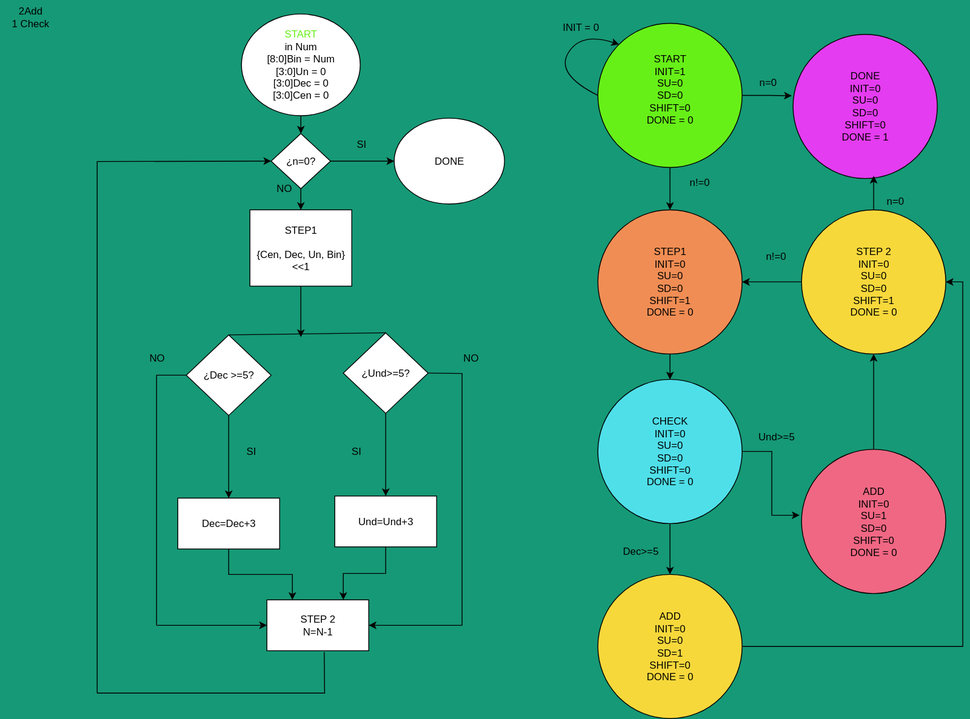
safehehe/PTSD1 keeps this draw.io diagram as design/rtl/raw_implementation/BCD_ASM/diagrams/diagrams.svg. Above is the earlier version. Source tidied: cells renumbered, new cells last; positions are measured from the earlier drawing's top-left corner, leaving out a move shared by most shapes.
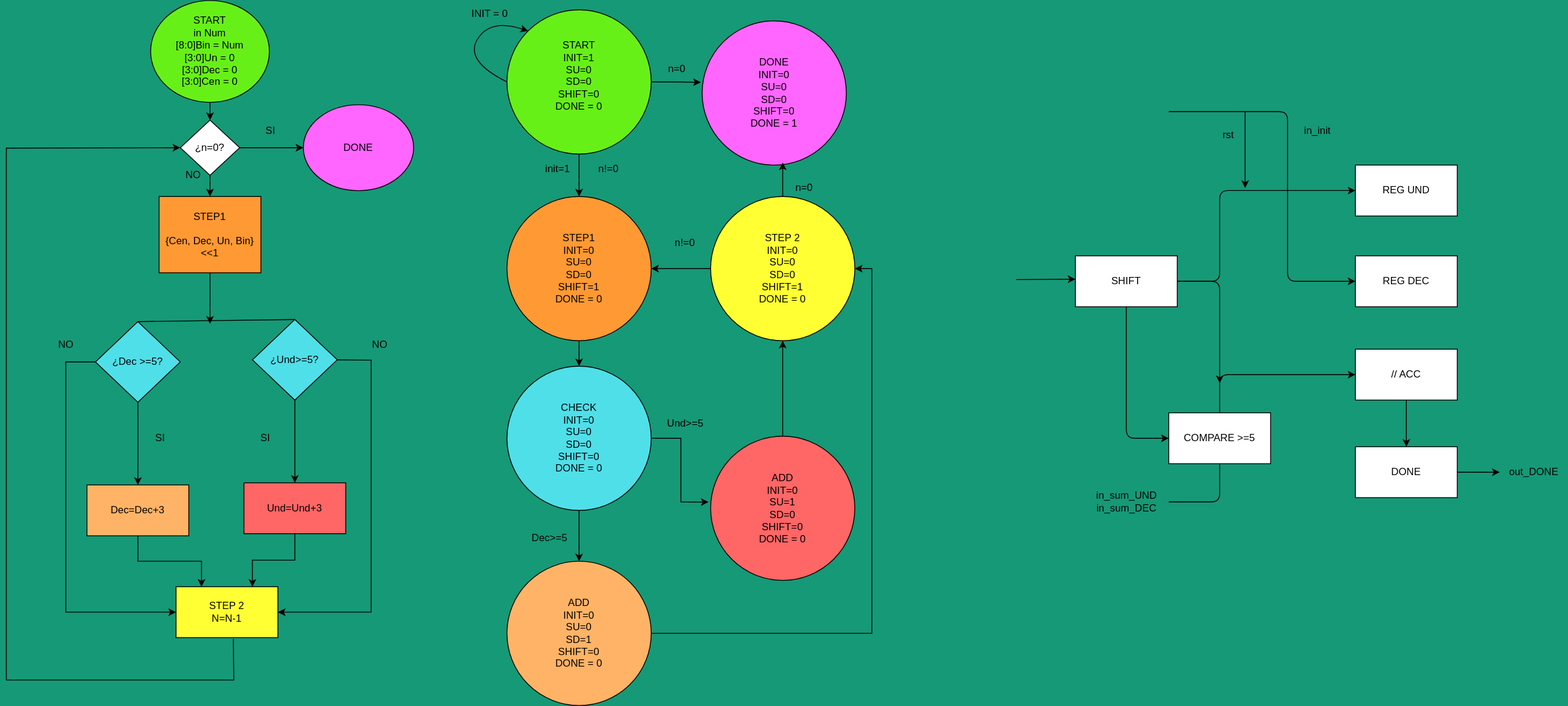
The same file after the commit.

Commit message:
Camino de datos BCD

Change to the diagram source:
```diff
@@ -5,7 +5,7 @@
     <mxCell id="2" style="edgeStyle=orthogonalEdgeStyle;rounded=0;jettySize=auto;html=1;" parent="1" edge="1" source="3" target="20">
       <mxGeometry relative="1" as="geometry" />
     </mxCell>
-    <mxCell id="3" value="&lt;font color=&quot;#67f018&quot;&gt;START&lt;br&gt;&lt;/font&gt;in Num&lt;br&gt;[8:0]Bin = Num&lt;br&gt;[3:0]Un = 0&lt;br&gt;[3:0]Dec = 0&lt;br&gt;[3:0]Cen = 0" style="ellipse;whiteSpace=wrap;html=1;" parent="1" vertex="1">
+    <mxCell id="3" value="&lt;font&gt;&lt;font color=&quot;#000000&quot;&gt;START&lt;/font&gt;&lt;br&gt;&lt;/font&gt;in Num&lt;br&gt;[8:0]Bin = Num&lt;br&gt;[3:0]Un = 0&lt;br&gt;[3:0]Dec = 0&lt;br&gt;[3:0]Cen = 0" style="ellipse;whiteSpace=wrap;html=1;fillColor=#67F018;" parent="1" vertex="1">
       <mxGeometry x="284" y="16" width="140" height="120" as="geometry" />
     </mxCell>
     <mxCell id="4" style="edgeStyle=none;html=1;" parent="1" edge="1" source="5">
@@ -13,7 +13,7 @@
         <mxPoint x="354" y="397" as="targetPoint" />
       </mxGeometry>
     </mxCell>
-    <mxCell id="5" value="&lt;font style=&quot;color: light-dark(rgb(0, 0, 0), rgb(102, 102, 255));&quot;&gt;STEP1&lt;/font&gt;&lt;div&gt;&lt;font&gt;&lt;br&gt;{Cen, Dec, Un, Bin}&amp;lt;&amp;lt;1&lt;/font&gt;&lt;/div&gt;" style="rounded=0;whiteSpace=wrap;html=1;" parent="1" vertex="1">
+    <mxCell id="5" value="&lt;font style=&quot;color: light-dark(rgb(0, 0, 0), rgb(102, 102, 255));&quot;&gt;STEP1&lt;/font&gt;&lt;div&gt;&lt;font&gt;&lt;br&gt;{Cen, Dec, Un, Bin}&amp;lt;&amp;lt;1&lt;/font&gt;&lt;/div&gt;" style="rounded=0;whiteSpace=wrap;html=1;fillColor=#FF9933;" parent="1" vertex="1">
       <mxGeometry x="294" y="247" width="120" height="90" as="geometry" />
     </mxCell>
     <mxCell id="6" style="edgeStyle=none;html=1;entryX=0.5;entryY=0;entryDx=0;entryDy=0;fontColor=#000000;" parent="1" edge="1" source="7" target="9">
@@ -25,7 +25,7 @@
     <mxCell id="8" style="edgeStyle=none;html=1;entryX=0.5;entryY=0;entryDx=0;entryDy=0;fontColor=#000000;" parent="1" edge="1" source="9" target="11">
       <mxGeometry relative="1" as="geometry" />
     </mxCell>
-    <mxCell id="9" value="STEP1&lt;br&gt;&lt;div&gt;INIT=0&lt;/div&gt;&lt;div&gt;&lt;div&gt;SU=0&lt;/div&gt;&lt;div&gt;SD=0&lt;/div&gt;&lt;/div&gt;&lt;div&gt;SHIFT=1&lt;/div&gt;&lt;div&gt;DONE = 0&lt;/div&gt;" style="ellipse;whiteSpace=wrap;html=1;fillColor=light-dark(#F08D54,#6666FF);strokeColor=#000000;fillStyle=auto;labelBackgroundColor=none;fontColor=#000000;" parent="1" vertex="1">
+    <mxCell id="9" value="STEP1&lt;br&gt;&lt;div&gt;INIT=0&lt;/div&gt;&lt;div&gt;&lt;div&gt;SU=0&lt;/div&gt;&lt;div&gt;SD=0&lt;/div&gt;&lt;/div&gt;&lt;div&gt;SHIFT=1&lt;/div&gt;&lt;div&gt;DONE = 0&lt;/div&gt;" style="ellipse;whiteSpace=wrap;html=1;fillColor=#FF9933;strokeColor=#000000;fillStyle=auto;labelBackgroundColor=none;fontColor=#000000;" parent="1" vertex="1">
       <mxGeometry x="704" y="247" width="170" height="170" as="geometry" />
     </mxCell>
     <mxCell id="10" style="edgeStyle=orthogonalEdgeStyle;rounded=0;jettySize=auto;html=1;entryX=0.5;entryY=0;entryDx=0;entryDy=0;" parent="1" edge="1" source="11" target="14">
@@ -42,7 +42,7 @@
     <mxCell id="13" style="edgeStyle=orthogonalEdgeStyle;rounded=0;jettySize=auto;html=1;entryX=1;entryY=0.5;entryDx=0;entryDy=0;" parent="1" edge="1" source="14" target="49">
       <mxGeometry relative="1" as="geometry" />
     </mxCell>
-    <mxCell id="14" value="&lt;div&gt;ADD&lt;/div&gt;&lt;div&gt;INIT=0&lt;/div&gt;&lt;div&gt;&lt;div&gt;SU=0&lt;/div&gt;&lt;div&gt;SD=1&lt;/div&gt;&lt;/div&gt;&lt;div&gt;SHIFT=0&lt;/div&gt;&lt;div&gt;DONE = 0&lt;/div&gt;" style="ellipse;whiteSpace=wrap;html=1;fillColor=light-dark(#F7D83B,#33FF99);strokeColor=#000000;fillStyle=auto;labelBackgroundColor=none;fontColor=#000000;" parent="1" vertex="1">
+    <mxCell id="14" value="&lt;div&gt;ADD&lt;/div&gt;&lt;div&gt;INIT=0&lt;/div&gt;&lt;div&gt;&lt;div&gt;SU=0&lt;/div&gt;&lt;div&gt;SD=1&lt;/div&gt;&lt;/div&gt;&lt;div&gt;SHIFT=0&lt;/div&gt;&lt;div&gt;DONE = 0&lt;/div&gt;" style="ellipse;whiteSpace=wrap;html=1;fillColor=#FFB366;strokeColor=#000000;fillStyle=auto;labelBackgroundColor=none;fontColor=#000000;" parent="1" vertex="1">
       <mxGeometry x="704" y="677" width="170" height="170" as="geometry" />
     </mxCell>
     <mxCell id="15" style="curved=1;endArrow=classic;html=1;fontColor=#000000;exitX=0;exitY=0.5;exitDx=0;exitDy=0;entryX=0;entryY=0;entryDx=0;entryDy=0;" parent="1" edge="1" source="7" target="7">
@@ -71,19 +71,19 @@
     <mxCell id="21" value="NO" style="text;html=1;align=center;verticalAlign=middle;strokeColor=none;fillColor=none;" parent="1" vertex="1">
       <mxGeometry x="314" y="207" width="40" height="30" as="geometry" />
     </mxCell>
-    <mxCell id="22" value="&lt;font style=&quot;color: light-dark(rgb(0, 0, 0), rgb(153, 51, 255));&quot;&gt;DONE&lt;/font&gt;" style="ellipse;whiteSpace=wrap;html=1;strokeColor=light-dark(#000000,#B266FF);fillColor=light-dark(#FFFFFF,#000000);" parent="1" vertex="1">
+    <mxCell id="22" value="&lt;font style=&quot;color: light-dark(rgb(0, 0, 0), rgb(153, 51, 255));&quot;&gt;DONE&lt;/font&gt;" style="ellipse;whiteSpace=wrap;html=1;strokeColor=light-dark(#000000,#B266FF);fillColor=#FF66FF;" parent="1" vertex="1">
       <mxGeometry x="464" y="138.9" width="130" height="101.2" as="geometry" />
     </mxCell>
     <mxCell id="23" style="edgeStyle=orthogonalEdgeStyle;rounded=0;jettySize=auto;html=1;" parent="1" edge="1" source="24" target="29">
       <mxGeometry relative="1" as="geometry" />
     </mxCell>
-    <mxCell id="24" value="&lt;font style=&quot;color: light-dark(rgb(0, 0, 0), rgb(0, 159, 151));&quot;&gt;¿Dec &amp;gt;=5?&lt;/font&gt;" style="rhombus;whiteSpace=wrap;html=1;" parent="1" vertex="1">
+    <mxCell id="24" value="&lt;font style=&quot;color: light-dark(rgb(0, 0, 0), rgb(0, 159, 151));&quot;&gt;¿Dec &amp;gt;=5?&lt;/font&gt;" style="rhombus;whiteSpace=wrap;html=1;fillColor=#4FDFE9;" parent="1" vertex="1">
       <mxGeometry x="219" y="394.5" width="100" height="95" as="geometry" />
     </mxCell>
     <mxCell id="25" style="edgeStyle=orthogonalEdgeStyle;rounded=0;jettySize=auto;html=1;" parent="1" edge="1" source="26" target="31">
       <mxGeometry relative="1" as="geometry" />
     </mxCell>
-    <mxCell id="26" value="&lt;font style=&quot;color: light-dark(rgb(0, 0, 0), rgb(0, 159, 151));&quot;&gt;¿Und&amp;gt;=5?&lt;/font&gt;" style="rhombus;whiteSpace=wrap;html=1;" parent="1" vertex="1">
+    <mxCell id="26" value="&lt;font style=&quot;color: light-dark(rgb(0, 0, 0), rgb(0, 159, 151));&quot;&gt;¿Und&amp;gt;=5?&lt;/font&gt;" style="rhombus;whiteSpace=wrap;html=1;fillColor=#4FDFE9;" parent="1" vertex="1">
       <mxGeometry x="404" y="392" width="100" height="95" as="geometry" />
     </mxCell>
     <mxCell id="27" style="endArrow=none;html=1;rounded=0;exitX=0.5;exitY=0;exitDx=0;exitDy=0;entryX=0.5;entryY=0;entryDx=0;entryDy=0;" parent="1" edge="1" source="24" target="26">
@@ -92,16 +92,16 @@
     <mxCell id="28" style="edgeStyle=orthogonalEdgeStyle;rounded=0;jettySize=auto;html=1;entryX=0.25;entryY=0;entryDx=0;entryDy=0;" parent="1" edge="1" source="29" target="32">
       <mxGeometry relative="1" as="geometry" />
     </mxCell>
-    <mxCell id="29" value="&lt;div&gt;&lt;font style=&quot;color: light-dark(rgb(0, 0, 0), rgb(51, 255, 153));&quot;&gt;Dec=Dec+3&lt;/font&gt;&lt;/div&gt;" style="whiteSpace=wrap;html=1;" parent="1" vertex="1">
+    <mxCell id="29" value="&lt;div&gt;&lt;font style=&quot;color: light-dark(rgb(0, 0, 0), rgb(51, 255, 153));&quot;&gt;Dec=Dec+3&lt;/font&gt;&lt;/div&gt;" style="whiteSpace=wrap;html=1;fillColor=#FFB366;" parent="1" vertex="1">
       <mxGeometry x="209" y="587" width="120" height="60" as="geometry" />
     </mxCell>
     <mxCell id="30" style="edgeStyle=orthogonalEdgeStyle;rounded=0;jettySize=auto;html=1;entryX=0.75;entryY=0;entryDx=0;entryDy=0;" parent="1" edge="1" source="31" target="32">
       <mxGeometry relative="1" as="geometry" />
     </mxCell>
-    <mxCell id="31" value="&lt;div&gt;&lt;font style=&quot;color: light-dark(rgb(0, 0, 0), rgb(255, 255, 102));&quot;&gt;Und=Und+3&lt;/font&gt;&lt;/div&gt;" style="whiteSpace=wrap;html=1;" parent="1" vertex="1">
+    <mxCell id="31" value="&lt;div&gt;&lt;font style=&quot;color: light-dark(rgb(0, 0, 0), rgb(255, 255, 102));&quot;&gt;Und=Und+3&lt;/font&gt;&lt;/div&gt;" style="whiteSpace=wrap;html=1;fillColor=#FF6666;" parent="1" vertex="1">
       <mxGeometry x="394" y="584.5" width="120" height="60" as="geometry" />
     </mxCell>
-    <mxCell id="32" value="&lt;div&gt;&lt;font style=&quot;color: light-dark(rgb(0, 0, 0), rgb(255, 51, 255));&quot;&gt;STEP 2&lt;/font&gt;&lt;/div&gt;&lt;div&gt;&lt;font style=&quot;color: light-dark(rgb(0, 0, 0), rgb(255, 51, 255));&quot;&gt;N=N-1&lt;/font&gt;&lt;/div&gt;" style="whiteSpace=wrap;html=1;" parent="1" vertex="1">
+    <mxCell id="32" value="&lt;div&gt;&lt;font style=&quot;color: light-dark(rgb(0, 0, 0), rgb(255, 51, 255));&quot;&gt;STEP 2&lt;/font&gt;&lt;/div&gt;&lt;div&gt;&lt;font style=&quot;color: light-dark(rgb(0, 0, 0), rgb(255, 51, 255));&quot;&gt;N=N-1&lt;/font&gt;&lt;/div&gt;" style="whiteSpace=wrap;html=1;fillColor=#FFFF33;" parent="1" vertex="1">
       <mxGeometry x="314" y="707" width="120" height="60" as="geometry" />
     </mxCell>
     <mxCell id="33" style="endArrow=classic;html=1;rounded=0;entryX=0;entryY=0.5;entryDx=0;entryDy=0;" parent="1" edge="1" target="32">
@@ -161,10 +161,7 @@
     <mxCell id="43" value="SI" style="text;html=1;align=center;verticalAlign=middle;strokeColor=none;fillColor=none;" parent="1" vertex="1">
       <mxGeometry x="410" y="155" width="30" height="30" as="geometry" />
     </mxCell>
-    <mxCell id="44" value="&lt;div&gt;2Add&lt;/div&gt;&lt;div&gt;1 Check&lt;/div&gt;" style="text;html=1;align=center;verticalAlign=middle;strokeColor=none;fillColor=none;" parent="1" vertex="1">
-      <mxGeometry width="70" height="40" as="geometry" />
-    </mxCell>
-    <mxCell id="45" value="DONE&lt;br&gt;&lt;div&gt;INIT=0&lt;/div&gt;&lt;div&gt;&lt;div&gt;SU=0&lt;/div&gt;&lt;div&gt;SD=0&lt;/div&gt;&lt;/div&gt;&lt;div&gt;SHIFT=0&lt;/div&gt;DONE = 1" style="ellipse;whiteSpace=wrap;html=1;fillColor=light-dark(#E43CF0,#9933FF);strokeColor=#000000;fillStyle=auto;labelBackgroundColor=none;fontColor=#000000;" parent="1" vertex="1">
+    <mxCell id="45" value="DONE&lt;br&gt;&lt;div&gt;INIT=0&lt;/div&gt;&lt;div&gt;&lt;div&gt;SU=0&lt;/div&gt;&lt;div&gt;SD=0&lt;/div&gt;&lt;/div&gt;&lt;div&gt;SHIFT=0&lt;/div&gt;DONE = 1" style="ellipse;whiteSpace=wrap;html=1;fillColor=#FF66FF;strokeColor=#000000;fillStyle=auto;labelBackgroundColor=none;fontColor=#000000;" parent="1" vertex="1">
       <mxGeometry x="934" y="40" width="170" height="170" as="geometry" />
     </mxCell>
     <mxCell id="46" style="edgeStyle=orthogonalEdgeStyle;rounded=0;jettySize=auto;html=1;entryX=-0.009;entryY=0.426;entryDx=0;entryDy=0;entryPerimeter=0;" parent="1" edge="1" source="7" target="45">
@@ -176,13 +173,13 @@
     <mxCell id="48" style="edgeStyle=orthogonalEdgeStyle;rounded=0;jettySize=auto;html=1;entryX=1;entryY=0.5;entryDx=0;entryDy=0;" parent="1" edge="1" source="49" target="9">
       <mxGeometry relative="1" as="geometry" />
     </mxCell>
-    <mxCell id="49" value="&lt;div&gt;STEP 2&lt;/div&gt;&lt;div&gt;INIT=0&lt;/div&gt;&lt;div&gt;&lt;div&gt;SU=0&lt;/div&gt;&lt;div&gt;SD=0&lt;/div&gt;&lt;/div&gt;&lt;div&gt;SHIFT=1&lt;/div&gt;&lt;div&gt;DONE = 0&lt;/div&gt;" style="ellipse;whiteSpace=wrap;html=1;fillColor=light-dark(#F7D83B,#FF33FF);strokeColor=#000000;fillStyle=auto;labelBackgroundColor=none;fontColor=#000000;" parent="1" vertex="1">
+    <mxCell id="49" value="&lt;div&gt;STEP 2&lt;/div&gt;&lt;div&gt;INIT=0&lt;/div&gt;&lt;div&gt;&lt;div&gt;SU=0&lt;/div&gt;&lt;div&gt;SD=0&lt;/div&gt;&lt;/div&gt;&lt;div&gt;SHIFT=1&lt;/div&gt;&lt;div&gt;DONE = 0&lt;/div&gt;" style="ellipse;whiteSpace=wrap;html=1;fillColor=#FFFF33;strokeColor=#000000;fillStyle=auto;labelBackgroundColor=none;fontColor=#000000;" parent="1" vertex="1">
       <mxGeometry x="944" y="247" width="170" height="170" as="geometry" />
     </mxCell>
     <mxCell id="50" style="edgeStyle=orthogonalEdgeStyle;rounded=0;jettySize=auto;html=1;entryX=0.5;entryY=1;entryDx=0;entryDy=0;" parent="1" edge="1" source="51" target="49">
       <mxGeometry relative="1" as="geometry" />
     </mxCell>
-    <mxCell id="51" value="&lt;div&gt;ADD&lt;/div&gt;&lt;div&gt;INIT=0&lt;/div&gt;&lt;div&gt;&lt;div&gt;SU=1&lt;/div&gt;&lt;div&gt;SD=0&lt;/div&gt;&lt;/div&gt;&lt;div&gt;SHIFT=0&lt;/div&gt;&lt;div&gt;DONE = 0&lt;/div&gt;" style="ellipse;whiteSpace=wrap;html=1;fillColor=light-dark(#F06783,#FFFF66);strokeColor=#000000;fillStyle=auto;labelBackgroundColor=none;fontColor=#000000;" parent="1" vertex="1">
+    <mxCell id="51" value="&lt;div&gt;ADD&lt;/div&gt;&lt;div&gt;INIT=0&lt;/div&gt;&lt;div&gt;&lt;div&gt;SU=1&lt;/div&gt;&lt;div&gt;SD=0&lt;/div&gt;&lt;/div&gt;&lt;div&gt;SHIFT=0&lt;/div&gt;&lt;div&gt;DONE = 0&lt;/div&gt;" style="ellipse;whiteSpace=wrap;html=1;fillColor=#FF6666;strokeColor=#000000;fillStyle=auto;labelBackgroundColor=none;fontColor=#000000;" parent="1" vertex="1">
       <mxGeometry x="944" y="529.5" width="170" height="170" as="geometry" />
     </mxCell>
     <mxCell id="52" style="edgeStyle=orthogonalEdgeStyle;rounded=0;jettySize=auto;html=1;entryX=-0.014;entryY=0.457;entryDx=0;entryDy=0;entryPerimeter=0;" parent="1" edge="1" source="11" target="51">
@@ -203,5 +200,105 @@
     <mxCell id="57" value="Und&amp;gt;=5" style="text;html=1;align=center;verticalAlign=middle;strokeColor=none;fillColor=none;" parent="1" vertex="1">
       <mxGeometry x="879" y="499.5" width="70" height="30" as="geometry" />
     </mxCell>
+    <mxCell id="58" value="init=1" style="text;html=1;strokeColor=none;fillColor=none;align=center;verticalAlign=middle;whiteSpace=wrap;rounded=0;" parent="1" vertex="1">
+      <mxGeometry x="724" y="190.1" width="80" height="50" as="geometry" />
+    </mxCell>
+    <mxCell id="59" style="edgeStyle=none;html=1;entryX=0;entryY=0.5;entryDx=0;entryDy=0;exitX=1;exitY=0.5;exitDx=0;exitDy=0;" parent="1" edge="1" source="62" target="64">
+      <mxGeometry relative="1" as="geometry">
+        <Array as="points">
+          <mxPoint x="1544" y="347" />
+          <mxPoint x="1544" y="240" />
+        </Array>
+      </mxGeometry>
+    </mxCell>
+    <mxCell id="60" style="edgeStyle=none;html=1;entryX=0;entryY=0.5;entryDx=0;entryDy=0;" parent="1" edge="1" source="62" target="71">
+      <mxGeometry relative="1" as="geometry">
+        <Array as="points">
+          <mxPoint x="1434" y="532" />
+        </Array>
+      </mxGeometry>
+    </mxCell>
+    <mxCell id="61" style="edgeStyle=none;html=1;exitX=1;exitY=0.5;exitDx=0;exitDy=0;" parent="1" edge="1" source="62">
+      <mxGeometry relative="1" as="geometry">
+        <mxPoint x="1544" y="467" as="targetPoint" />
+        <Array as="points">
+          <mxPoint x="1544" y="347" />
+        </Array>
+      </mxGeometry>
+    </mxCell>
+    <mxCell id="62" value="SHIFT" style="rounded=0;whiteSpace=wrap;html=1;" parent="1" vertex="1">
+      <mxGeometry x="1374" y="317" width="120" height="60" as="geometry" />
+    </mxCell>
+    <mxCell id="63" style="endArrow=classic;html=1;" parent="1" edge="1">
+      <mxGeometry relative="1" as="geometry">
+        <mxPoint x="1304" y="345" as="sourcePoint" />
+        <mxPoint x="1374" y="344.5" as="targetPoint" />
+      </mxGeometry>
+    </mxCell>
+    <mxCell id="64" value="REG UND" style="rounded=0;whiteSpace=wrap;html=1;" parent="1" vertex="1">
+      <mxGeometry x="1704" y="210" width="120" height="60" as="geometry" />
+    </mxCell>
+    <mxCell id="65" value="REG DEC" style="rounded=0;whiteSpace=wrap;html=1;" parent="1" vertex="1">
+      <mxGeometry x="1704" y="317" width="120" height="60" as="geometry" />
+    </mxCell>
+    <mxCell id="66" style="edgeStyle=none;html=1;entryX=0.5;entryY=0;entryDx=0;entryDy=0;" parent="1" edge="1" source="67" target="69">
+      <mxGeometry relative="1" as="geometry" />
+    </mxCell>
+    <mxCell id="67" value="// ACC" style="rounded=0;whiteSpace=wrap;html=1;" parent="1" vertex="1">
+      <mxGeometry x="1704" y="427" width="120" height="60" as="geometry" />
+    </mxCell>
+    <mxCell id="68" style="edgeStyle=none;html=1;" parent="1" edge="1" source="69">
+      <mxGeometry relative="1" as="geometry">
+        <mxPoint x="1874" y="572" as="targetPoint" />
+      </mxGeometry>
+    </mxCell>
+    <mxCell id="69" value="DONE" style="rounded=0;whiteSpace=wrap;html=1;" parent="1" vertex="1">
+      <mxGeometry x="1704" y="542" width="120" height="60" as="geometry" />
+    </mxCell>
+    <mxCell id="70" style="edgeStyle=none;html=1;exitX=0.5;exitY=0;exitDx=0;exitDy=0;entryX=0;entryY=0.5;entryDx=0;entryDy=0;" parent="1" edge="1" source="71" target="67">
+      <mxGeometry relative="1" as="geometry">
+        <Array as="points">
+          <mxPoint x="1544" y="457" />
+        </Array>
+      </mxGeometry>
+    </mxCell>
+    <mxCell id="71" value="COMPARE &amp;gt;=5" style="rounded=0;whiteSpace=wrap;html=1;" parent="1" vertex="1">
+      <mxGeometry x="1484" y="502" width="120" height="60" as="geometry" />
+    </mxCell>
+    <mxCell id="72" value="out_DONE" style="text;html=1;align=center;verticalAlign=middle;strokeColor=none;fillColor=none;" parent="1" vertex="1">
+      <mxGeometry x="1874" y="557" width="80" height="30" as="geometry" />
+    </mxCell>
+    <mxCell id="73" style="endArrow=none;html=1;entryX=0.5;entryY=1;entryDx=0;entryDy=0;" parent="1" edge="1" target="71">
+      <mxGeometry relative="1" as="geometry">
+        <mxPoint x="1484" y="607" as="sourcePoint" />
+        <Array as="points">
+          <mxPoint x="1544" y="607" />
+        </Array>
+      </mxGeometry>
+    </mxCell>
+    <mxCell id="74" value="in_sum_UND&lt;div&gt;in_sum_DEC&lt;/div&gt;" style="text;html=1;align=center;verticalAlign=middle;strokeColor=none;fillColor=none;" parent="1" vertex="1">
+      <mxGeometry x="1389" y="587" width="90" height="40" as="geometry" />
+    </mxCell>
+    <mxCell id="75" style="edgeStyle=none;jettySize=auto;html=1;entryX=0;entryY=0.5;entryDx=0;entryDy=0;" parent="1" edge="1" target="65">
+      <mxGeometry relative="1" as="geometry">
+        <mxPoint x="1484" y="147" as="sourcePoint" />
+        <Array as="points">
+          <mxPoint x="1624" y="147" />
+          <mxPoint x="1624" y="347" />
+        </Array>
+      </mxGeometry>
+    </mxCell>
+    <mxCell id="76" style="edgeStyle=none;orthogonalLoop=1;jettySize=auto;html=1;" parent="1" edge="1">
+      <mxGeometry relative="1" as="geometry">
+        <mxPoint x="1574" y="147" as="sourcePoint" />
+        <mxPoint x="1574" y="237" as="targetPoint" />
+      </mxGeometry>
+    </mxCell>
+    <mxCell id="77" value="in_init" style="text;html=1;align=center;verticalAlign=middle;strokeColor=none;fillColor=none;" parent="1" vertex="1">
+      <mxGeometry x="1634" y="155" width="50" height="30" as="geometry" />
+    </mxCell>
+    <mxCell id="78" value="rst" style="text;html=1;align=center;verticalAlign=middle;strokeColor=none;fillColor=none;" parent="1" vertex="1">
+      <mxGeometry x="1534" y="160.1" width="40" height="30" as="geometry" />
+    </mxCell>
   </root>
 </mxGraphModel>
```
